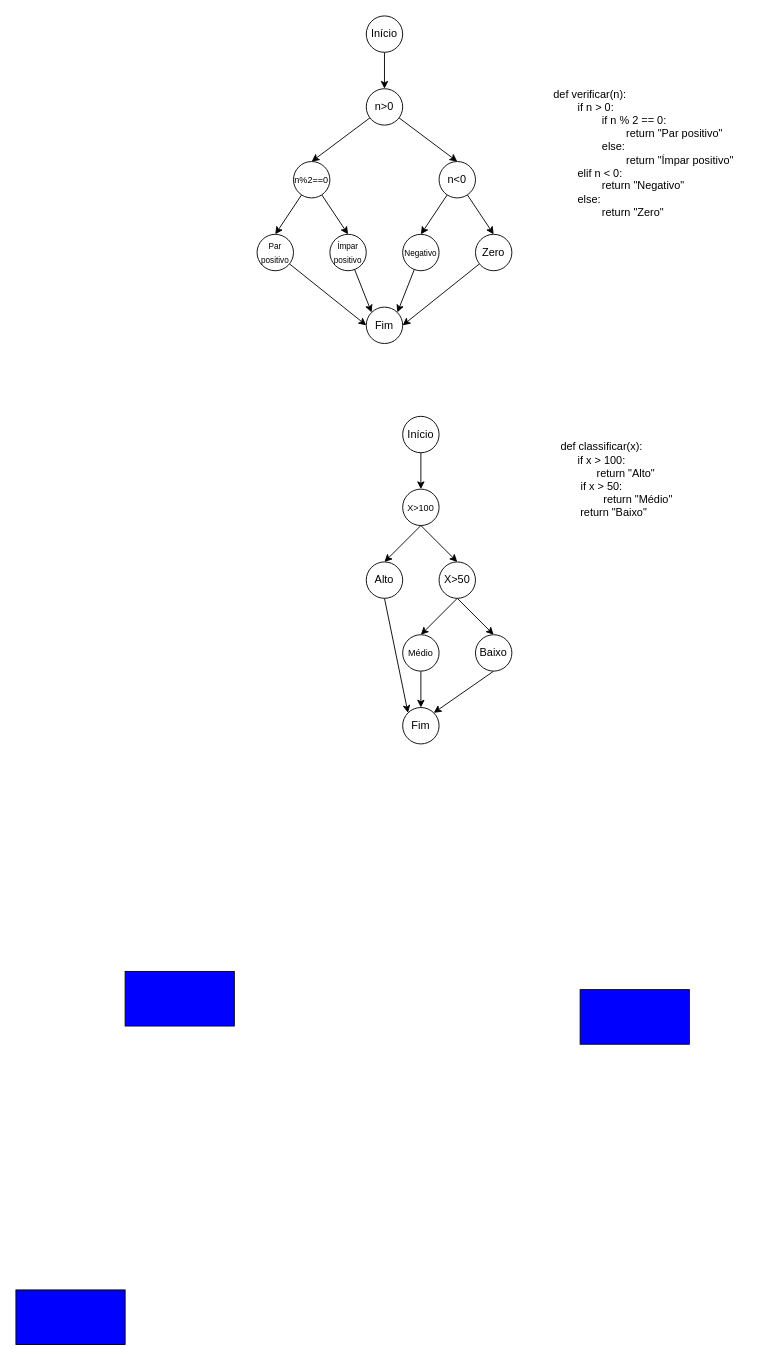
Before: DrawIO/Lab7ex1eex2.drawio in pedromr10/testeSoftwareFEI, a draw.io diagram. Source tidied: cells renumbered, new cells numbered last; positions are measured from the earlier drawing's top-left corner, leaving out a move shared by most shapes. Both pictures are drawn from the tidied source at 91%, with x=0, y=0 at pixel (15, 15).
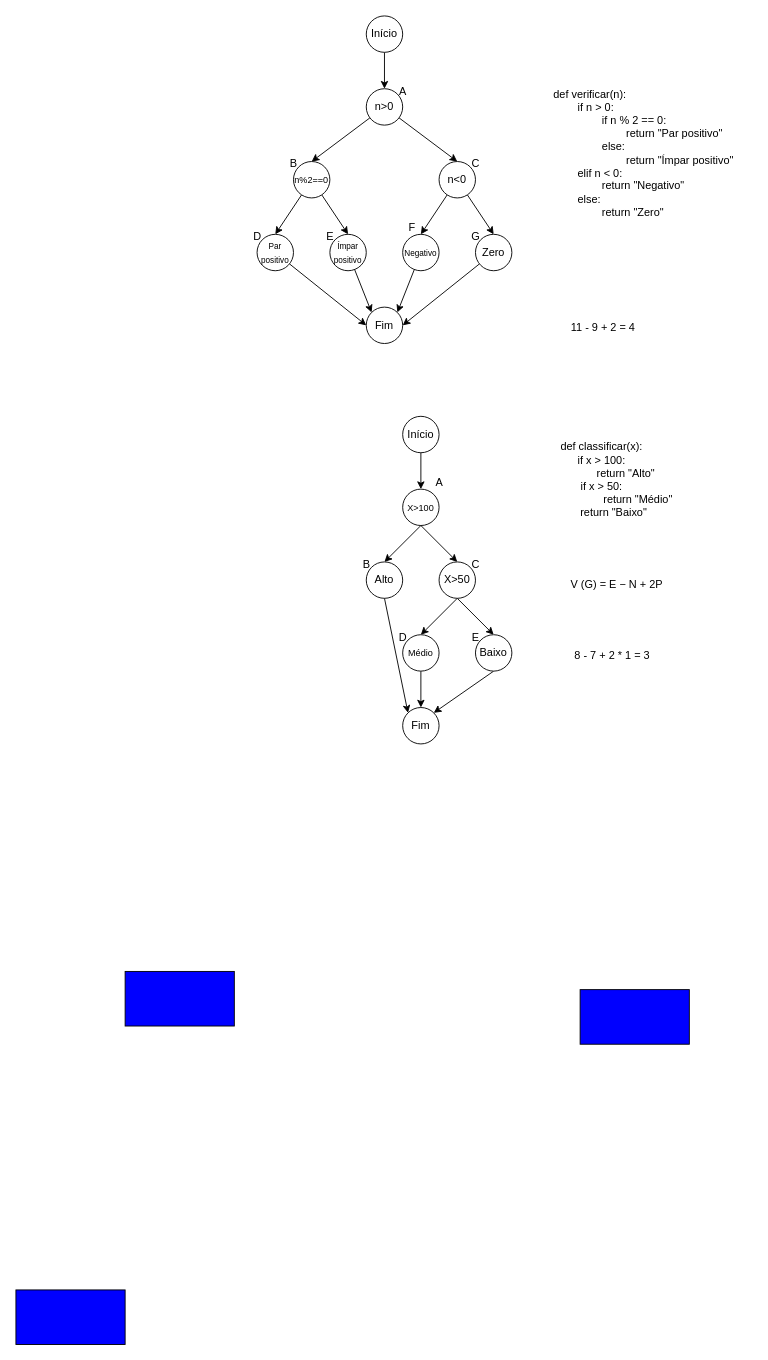
The same page after the edit.

What changed in the source:
```diff
@@
+    <mxCell id="42" value="V (G) = E − N + 2P" style="text;html=1;align=center;verticalAlign=middle;strokeColor=none;fillColor=none;" parent="1" vertex="1">
+      <mxGeometry x="600" y="610" width="120" height="30" as="geometry" />
+    </mxCell>
+    <mxCell id="43" value="11 - 9 + 2 = 4" style="text;html=1;align=center;verticalAlign=middle;strokeColor=none;fillColor=none;" parent="1" vertex="1">
+      <mxGeometry x="600" y="328" width="90" height="30" as="geometry" />
+    </mxCell>
+    <mxCell id="44" value="8 - 7 + 2 * 1 = 3" style="text;html=1;align=center;verticalAlign=middle;strokeColor=none;fillColor=none;" parent="1" vertex="1">
+      <mxGeometry x="600" y="688" width="110" height="30" as="geometry" />
+    </mxCell>
+    <mxCell id="45" value="A" style="text;html=1;align=center;verticalAlign=middle;strokeColor=none;fillColor=none;" parent="1" vertex="1">
+      <mxGeometry x="410" y="68" width="30" height="30" as="geometry" />
+    </mxCell>
+    <mxCell id="46" value="B" style="text;html=1;align=center;verticalAlign=middle;strokeColor=none;fillColor=none;" parent="1" vertex="1">
+      <mxGeometry x="290" y="148" width="30" height="30" as="geometry" />
+    </mxCell>
+    <mxCell id="47" value="C" style="text;html=1;align=center;verticalAlign=middle;strokeColor=none;fillColor=none;" parent="1" vertex="1">
+      <mxGeometry x="490" y="148" width="30" height="30" as="geometry" />
+    </mxCell>
+    <mxCell id="48" value="D" style="text;html=1;align=center;verticalAlign=middle;strokeColor=none;fillColor=none;" parent="1" vertex="1">
+      <mxGeometry x="250" y="228" width="30" height="30" as="geometry" />
+    </mxCell>
+    <mxCell id="49" value="E" style="text;html=1;align=center;verticalAlign=middle;strokeColor=none;fillColor=none;" parent="1" vertex="1">
+      <mxGeometry x="330" y="228" width="30" height="30" as="geometry" />
+    </mxCell>
+    <mxCell id="50" value="F" style="text;html=1;align=center;verticalAlign=middle;strokeColor=none;fillColor=none;" parent="1" vertex="1">
+      <mxGeometry x="420" y="218" width="30" height="30" as="geometry" />
+    </mxCell>
+    <mxCell id="51" value="G" style="text;html=1;align=center;verticalAlign=middle;strokeColor=none;fillColor=none;" parent="1" vertex="1">
+      <mxGeometry x="490" y="228" width="30" height="30" as="geometry" />
+    </mxCell>
+    <mxCell id="52" value="A" style="text;html=1;align=center;verticalAlign=middle;strokeColor=none;fillColor=none;" parent="1" vertex="1">
+      <mxGeometry x="450" y="498" width="30" height="30" as="geometry" />
+    </mxCell>
+    <mxCell id="53" value="B" style="text;html=1;align=center;verticalAlign=middle;strokeColor=none;fillColor=none;" parent="1" vertex="1">
+      <mxGeometry x="370" y="588" width="30" height="30" as="geometry" />
+    </mxCell>
+    <mxCell id="54" value="C" style="text;html=1;align=center;verticalAlign=middle;strokeColor=none;fillColor=none;" parent="1" vertex="1">
+      <mxGeometry x="490" y="588" width="30" height="30" as="geometry" />
+    </mxCell>
+    <mxCell id="55" value="D" style="text;html=1;align=center;verticalAlign=middle;strokeColor=none;fillColor=none;" parent="1" vertex="1">
+      <mxGeometry x="410" y="668" width="30" height="30" as="geometry" />
+    </mxCell>
+    <mxCell id="56" value="E" style="text;html=1;align=center;verticalAlign=middle;strokeColor=none;fillColor=none;" parent="1" vertex="1">
+      <mxGeometry x="490" y="668" width="30" height="30" as="geometry" />
+    </mxCell>
```
